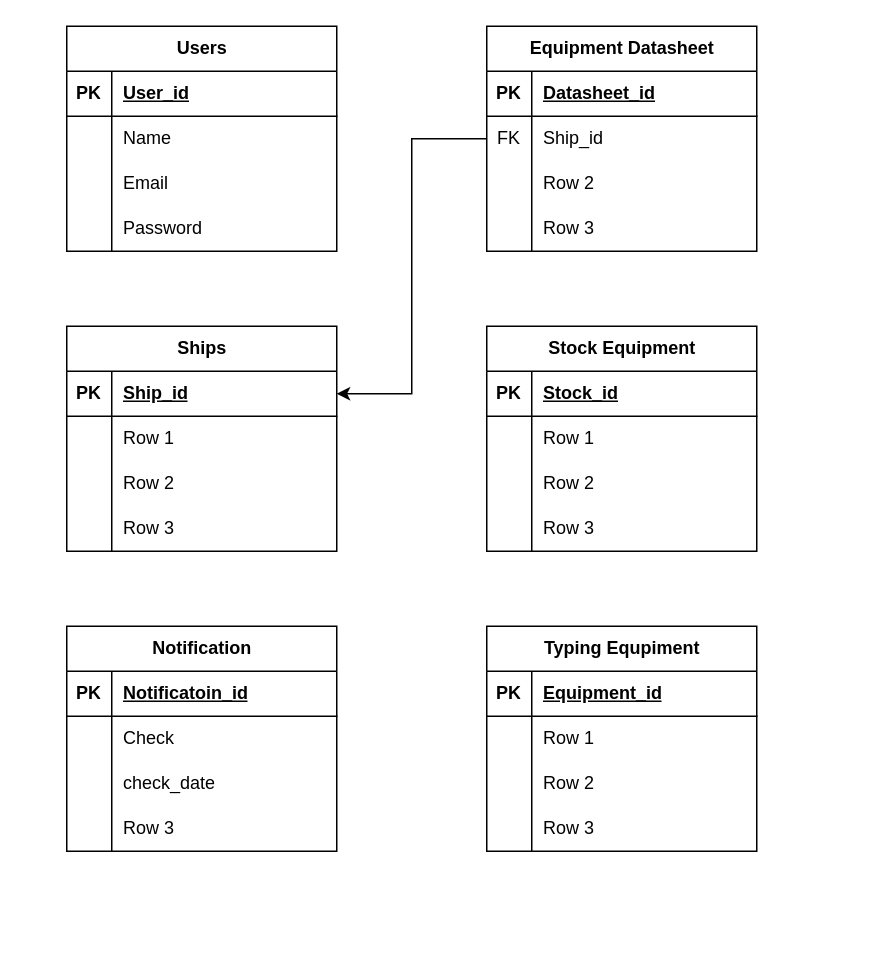
Earlier version of the draw.io diagram src/Assets/Untitled Diagram.drawio (BateraGames/ais-monitoring). Source tidied: cells renumbered, new cells numbered last; positions are measured from the earlier drawing's top-left corner, leaving out a move shared by most shapes. Both pictures are drawn from the tidied source at 150%, with x=0, y=0 at pixel (66, 26).
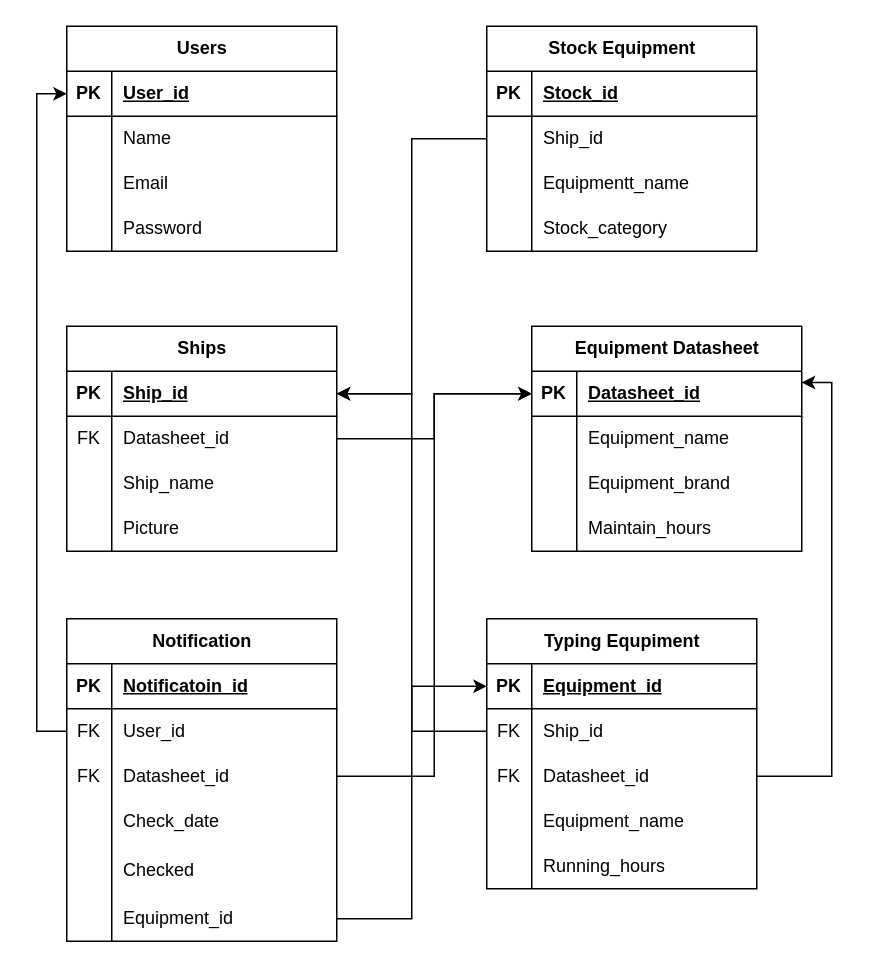
The same page after the edit.

The change refers to these unchanged cells:
```xml
<mxCell id="3" style="shape=tableRow;horizontal=0;startSize=0;swimlaneHead=0;swimlaneBody=0;fillColor=none;points=[[0,0.5],[1,0.5]];portConstraint=eastwest;top=0;left=0;right=0;bottom=1;" parent="2" vertex="1">
  <mxGeometry y="30" width="180" height="30" as="geometry" />
</mxCell>
<mxCell id="12" style="shape=tableRow;horizontal=0;startSize=0;swimlaneHead=0;swimlaneBody=0;fillColor=none;top=0;left=0;right=0;bottom=0;" parent="2" vertex="1">
  <mxGeometry y="120" width="180" height="30" as="geometry" />
</mxCell>
<mxCell id="16" style="shape=tableRow;horizontal=0;startSize=0;swimlaneHead=0;swimlaneBody=0;fillColor=none;points=[[0,0.5],[1,0.5]];portConstraint=eastwest;top=0;left=0;right=0;bottom=1;" parent="15" vertex="1">
  <mxGeometry y="30" width="180" height="30" as="geometry" />
</mxCell>
<mxCell id="28" value="Ships" style="shape=table;startSize=30;childLayout=tableLayout;rowLines=0;fontStyle=1;align=center;html=1;" parent="1" vertex="1">
  <mxGeometry y="200" width="180" height="150" as="geometry" />
</mxCell>
<mxCell id="29" style="shape=tableRow;horizontal=0;startSize=0;swimlaneHead=0;swimlaneBody=0;fillColor=none;points=[[0,0.5],[1,0.5]];portConstraint=eastwest;top=0;left=0;right=0;bottom=1;" parent="28" vertex="1">
  <mxGeometry y="30" width="180" height="30" as="geometry" />
</mxCell>
<mxCell id="38" style="shape=tableRow;horizontal=0;startSize=0;swimlaneHead=0;swimlaneBody=0;fillColor=none;top=0;left=0;right=0;bottom=0;" parent="28" vertex="1">
  <mxGeometry y="120" width="180" height="30" as="geometry" />
</mxCell>
<mxCell id="45" style="shape=tableRow;horizontal=0;startSize=0;swimlaneHead=0;swimlaneBody=0;fillColor=none;points=[[0,0.5],[1,0.5]];portConstraint=eastwest;top=0;left=0;right=0;bottom=0;" parent="41" vertex="1">
  <mxGeometry y="60" width="180" height="30" as="geometry" />
</mxCell>
<mxCell id="48" style="shape=tableRow;horizontal=0;startSize=0;swimlaneHead=0;swimlaneBody=0;fillColor=none;top=0;left=0;right=0;bottom=0;" parent="41" vertex="1">
  <mxGeometry y="90" width="180" height="30" as="geometry" />
</mxCell>
<mxCell id="51" style="shape=tableRow;horizontal=0;startSize=0;swimlaneHead=0;swimlaneBody=0;fillColor=none;top=0;left=0;right=0;bottom=0;" parent="41" vertex="1">
  <mxGeometry y="120" width="180" height="30" as="geometry" />
</mxCell>
<mxCell id="68" style="shape=tableRow;horizontal=0;startSize=0;swimlaneHead=0;swimlaneBody=0;fillColor=none;points=[[0,0.5],[1,0.5]];portConstraint=eastwest;top=0;left=0;right=0;bottom=1;" parent="67" vertex="1">
  <mxGeometry y="30" width="180" height="30" as="geometry" />
</mxCell>
```

The edit, as a diff of the source:
```diff
@@
     <mxCell id="2" value="Equipment Datasheet" style="shape=table;startSize=30;childLayout=tableLayout;rowLines=0;fontStyle=1;align=center;html=1;" parent="1" vertex="1">
-      <mxGeometry x="280" width="180" height="150" as="geometry" />
+      <mxGeometry x="310" y="200" width="180" height="150" as="geometry" />
     </mxCell>
@@
+    <mxCell id="9" style="shape=tableRow;horizontal=0;startSize=0;swimlaneHead=0;swimlaneBody=0;fillColor=none;top=0;left=0;right=0;bottom=0;" parent="2" vertex="1">
+      <mxGeometry y="60" width="180" height="30" as="geometry" />
+    </mxCell>
+    <mxCell id="10" style="shape=partialRectangle;fillColor=none;top=0;left=0;bottom=0;right=0;overflow=hidden;whiteSpace=wrap;html=1;" parent="9" vertex="1">
+      <mxGeometry width="30" height="30" as="geometry" />
+    </mxCell>
+    <mxCell id="11" value="Equipment_name" style="shape=partialRectangle;fillColor=none;top=0;left=0;bottom=0;right=0;align=left;spacingLeft=6;overflow=hidden;whiteSpace=wrap;html=1;" parent="9" vertex="1">
+      <mxGeometry x="30" width="150" height="30" as="geometry" />
+    </mxCell>
     <mxCell id="6" style="shape=tableRow;horizontal=0;startSize=0;swimlaneHead=0;swimlaneBody=0;fillColor=none;points=[[0,0.5],[1,0.5]];portConstraint=eastwest;top=0;left=0;right=0;bottom=0;" parent="2" vertex="1">
-      <mxGeometry y="60" width="180" height="30" as="geometry" />
+      <mxGeometry y="90" width="180" height="30" as="geometry" />
     </mxCell>
-    <mxCell id="7" value="FK" style="shape=partialRectangle;fillColor=none;top=0;left=0;bottom=0;right=0;overflow=hidden;whiteSpace=wrap;html=1;" parent="6" vertex="1">
+    <mxCell id="7" style="shape=partialRectangle;fillColor=none;top=0;left=0;bottom=0;right=0;overflow=hidden;whiteSpace=wrap;html=1;" parent="6" vertex="1">
       <mxGeometry width="30" height="30" as="geometry" />
     </mxCell>
-    <mxCell id="8" value="Ship_id" style="shape=partialRectangle;fillColor=none;top=0;left=0;bottom=0;right=0;align=left;spacingLeft=6;overflow=hidden;whiteSpace=wrap;html=1;" parent="6" vertex="1">
+    <mxCell id="8" value="Equipment_brand" style="shape=partialRectangle;fillColor=none;top=0;left=0;bottom=0;right=0;align=left;spacingLeft=6;overflow=hidden;whiteSpace=wrap;html=1;" parent="6" vertex="1">
       <mxGeometry x="30" width="150" height="30" as="geometry" />
     </mxCell>
-    <mxCell id="9" style="shape=tableRow;horizontal=0;startSize=0;swimlaneHead=0;swimlaneBody=0;fillColor=none;top=0;left=0;right=0;bottom=0;" parent="2" vertex="1">
-      <mxGeometry y="90" width="180" height="30" as="geometry" />
-    </mxCell>
-    <mxCell id="10" style="shape=partialRectangle;fillColor=none;top=0;left=0;bottom=0;right=0;overflow=hidden;whiteSpace=wrap;html=1;" parent="9" vertex="1">
-      <mxGeometry width="30" height="30" as="geometry" />
-    </mxCell>
-    <mxCell id="11" value="Row 2" style="shape=partialRectangle;fillColor=none;top=0;left=0;bottom=0;right=0;align=left;spacingLeft=6;overflow=hidden;whiteSpace=wrap;html=1;" parent="9" vertex="1">
-      <mxGeometry x="30" width="150" height="30" as="geometry" />
-    </mxCell>
@@
-    <mxCell id="14" value="Row 3" style="shape=partialRectangle;fillColor=none;top=0;left=0;bottom=0;right=0;align=left;spacingLeft=6;overflow=hidden;whiteSpace=wrap;html=1;" parent="12" vertex="1">
+    <mxCell id="14" value="Maintain_hours" style="shape=partialRectangle;fillColor=none;top=0;left=0;bottom=0;right=0;align=left;spacingLeft=6;overflow=hidden;whiteSpace=wrap;html=1;" parent="12" vertex="1">
       <mxGeometry x="30" width="150" height="30" as="geometry" />
     </mxCell>
@@
+    <mxCell id="35" style="shape=tableRow;horizontal=0;startSize=0;swimlaneHead=0;swimlaneBody=0;fillColor=none;points=[[0,0.5],[1,0.5]];portConstraint=eastwest;top=0;left=0;right=0;bottom=0;" parent="28" vertex="1">
+      <mxGeometry y="60" width="180" height="30" as="geometry" />
+    </mxCell>
+    <mxCell id="36" value="FK" style="shape=partialRectangle;fillColor=none;top=0;left=0;bottom=0;right=0;overflow=hidden;whiteSpace=wrap;html=1;" parent="35" vertex="1">
+      <mxGeometry width="30" height="30" as="geometry" />
+    </mxCell>
+    <mxCell id="37" value="Datasheet_id" style="shape=partialRectangle;fillColor=none;top=0;left=0;bottom=0;right=0;align=left;spacingLeft=6;overflow=hidden;whiteSpace=wrap;html=1;" parent="35" vertex="1">
+      <mxGeometry x="30" width="150" height="30" as="geometry" />
+    </mxCell>
     <mxCell id="32" style="shape=tableRow;horizontal=0;startSize=0;swimlaneHead=0;swimlaneBody=0;fillColor=none;top=0;left=0;right=0;bottom=0;" parent="28" vertex="1">
-      <mxGeometry y="60" width="180" height="30" as="geometry" />
+      <mxGeometry y="90" width="180" height="30" as="geometry" />
     </mxCell>
@@
-    <mxCell id="34" value="Row 1" style="shape=partialRectangle;fillColor=none;top=0;left=0;bottom=0;right=0;align=left;spacingLeft=6;overflow=hidden;whiteSpace=wrap;html=1;" parent="32" vertex="1">
+    <mxCell id="34" value="Ship_name" style="shape=partialRectangle;fillColor=none;top=0;left=0;bottom=0;right=0;align=left;spacingLeft=6;overflow=hidden;whiteSpace=wrap;html=1;" parent="32" vertex="1">
       <mxGeometry x="30" width="150" height="30" as="geometry" />
     </mxCell>
-    <mxCell id="35" style="shape=tableRow;horizontal=0;startSize=0;swimlaneHead=0;swimlaneBody=0;fillColor=none;points=[[0,0.5],[1,0.5]];portConstraint=eastwest;top=0;left=0;right=0;bottom=0;" parent="28" vertex="1">
-      <mxGeometry y="90" width="180" height="30" as="geometry" />
-    </mxCell>
-    <mxCell id="36" style="shape=partialRectangle;fillColor=none;top=0;left=0;bottom=0;right=0;overflow=hidden;whiteSpace=wrap;html=1;" parent="35" vertex="1">
-      <mxGeometry width="30" height="30" as="geometry" />
-    </mxCell>
-    <mxCell id="37" value="Row 2" style="shape=partialRectangle;fillColor=none;top=0;left=0;bottom=0;right=0;align=left;spacingLeft=6;overflow=hidden;whiteSpace=wrap;html=1;" parent="35" vertex="1">
-      <mxGeometry x="30" width="150" height="30" as="geometry" />
-    </mxCell>
@@
-    <mxCell id="40" value="Row 3" style="shape=partialRectangle;fillColor=none;top=0;left=0;bottom=0;right=0;align=left;spacingLeft=6;overflow=hidden;whiteSpace=wrap;html=1;" parent="38" vertex="1">
+    <mxCell id="40" value="Picture" style="shape=partialRectangle;fillColor=none;top=0;left=0;bottom=0;right=0;align=left;spacingLeft=6;overflow=hidden;whiteSpace=wrap;html=1;" parent="38" vertex="1">
       <mxGeometry x="30" width="150" height="30" as="geometry" />
     </mxCell>
     <mxCell id="41" value="Stock Equipment" style="shape=table;startSize=30;childLayout=tableLayout;rowLines=0;fontStyle=1;align=center;html=1;" parent="1" vertex="1">
-      <mxGeometry x="280" y="200" width="180" height="150" as="geometry" />
+      <mxGeometry x="280" width="180" height="150" as="geometry" />
     </mxCell>
@@
-    <mxCell id="47" value="Row 1" style="shape=partialRectangle;fillColor=none;top=0;left=0;bottom=0;right=0;align=left;spacingLeft=6;overflow=hidden;whiteSpace=wrap;html=1;" parent="45" vertex="1">
+    <mxCell id="47" value="Ship_id" style="shape=partialRectangle;fillColor=none;top=0;left=0;bottom=0;right=0;align=left;spacingLeft=6;overflow=hidden;whiteSpace=wrap;html=1;" parent="45" vertex="1">
       <mxGeometry x="30" width="150" height="30" as="geometry" />
     </mxCell>
@@
-    <mxCell id="50" value="Row 2" style="shape=partialRectangle;fillColor=none;top=0;left=0;bottom=0;right=0;align=left;spacingLeft=6;overflow=hidden;whiteSpace=wrap;html=1;" parent="48" vertex="1">
+    <mxCell id="50" value="Equipmentt_name" style="shape=partialRectangle;fillColor=none;top=0;left=0;bottom=0;right=0;align=left;spacingLeft=6;overflow=hidden;whiteSpace=wrap;html=1;" parent="48" vertex="1">
       <mxGeometry x="30" width="150" height="30" as="geometry" />
     </mxCell>
@@
-    <mxCell id="53" value="Row 3" style="shape=partialRectangle;fillColor=none;top=0;left=0;bottom=0;right=0;align=left;spacingLeft=6;overflow=hidden;whiteSpace=wrap;html=1;" parent="51" vertex="1">
+    <mxCell id="53" value="Stock_category" style="shape=partialRectangle;fillColor=none;top=0;left=0;bottom=0;right=0;align=left;spacingLeft=6;overflow=hidden;whiteSpace=wrap;html=1;" parent="51" vertex="1">
       <mxGeometry x="30" width="150" height="30" as="geometry" />
     </mxCell>
     <mxCell id="54" value="Notification" style="shape=table;startSize=30;childLayout=tableLayout;rowLines=0;fontStyle=1;align=center;html=1;" parent="1" vertex="1">
-      <mxGeometry y="400" width="180" height="150" as="geometry" />
+      <mxGeometry y="395" width="180" height="215" as="geometry" />
     </mxCell>
@@
+    <mxCell id="64" style="shape=tableRow;horizontal=0;startSize=0;swimlaneHead=0;swimlaneBody=0;fillColor=none;points=[[0,0.5],[1,0.5]];portConstraint=eastwest;top=0;left=0;right=0;bottom=0;" parent="54" vertex="1">
+      <mxGeometry y="60" width="180" height="30" as="geometry" />
+    </mxCell>
+    <mxCell id="65" value="FK" style="shape=partialRectangle;fillColor=none;top=0;left=0;bottom=0;right=0;overflow=hidden;whiteSpace=wrap;html=1;" parent="64" vertex="1">
+      <mxGeometry width="30" height="30" as="geometry" />
+    </mxCell>
+    <mxCell id="66" value="User_id" style="shape=partialRectangle;fillColor=none;top=0;left=0;bottom=0;right=0;align=left;spacingLeft=6;overflow=hidden;whiteSpace=wrap;html=1;" parent="64" vertex="1">
+      <mxGeometry x="30" width="150" height="30" as="geometry" />
+    </mxCell>
+    <mxCell id="81" style="shape=tableRow;horizontal=0;startSize=0;swimlaneHead=0;swimlaneBody=0;fillColor=none;points=[[0,0.5],[1,0.5]];portConstraint=eastwest;top=0;left=0;right=0;bottom=0;" parent="54" vertex="1">
+      <mxGeometry y="90" width="180" height="30" as="geometry" />
+    </mxCell>
+    <mxCell id="82" value="FK" style="shape=partialRectangle;fillColor=none;top=0;left=0;bottom=0;right=0;overflow=hidden;whiteSpace=wrap;html=1;" parent="81" vertex="1">
+      <mxGeometry width="30" height="30" as="geometry" />
+    </mxCell>
+    <mxCell id="83" value="Datasheet_id" style="shape=partialRectangle;fillColor=none;top=0;left=0;bottom=0;right=0;align=left;spacingLeft=6;overflow=hidden;whiteSpace=wrap;html=1;" parent="81" vertex="1">
+      <mxGeometry x="30" width="150" height="30" as="geometry" />
+    </mxCell>
+    <mxCell id="61" style="shape=tableRow;horizontal=0;startSize=0;swimlaneHead=0;swimlaneBody=0;fillColor=none;top=0;left=0;right=0;bottom=0;" parent="54" vertex="1">
+      <mxGeometry y="120" width="180" height="30" as="geometry" />
+    </mxCell>
+    <mxCell id="62" style="shape=partialRectangle;fillColor=none;top=0;left=0;bottom=0;right=0;overflow=hidden;whiteSpace=wrap;html=1;" parent="61" vertex="1">
+      <mxGeometry width="30" height="30" as="geometry" />
+    </mxCell>
+    <mxCell id="63" value="Check_date" style="shape=partialRectangle;fillColor=none;top=0;left=0;bottom=0;right=0;align=left;spacingLeft=6;overflow=hidden;whiteSpace=wrap;html=1;" parent="61" vertex="1">
+      <mxGeometry x="30" width="150" height="30" as="geometry" />
+    </mxCell>
     <mxCell id="58" style="shape=tableRow;horizontal=0;startSize=0;swimlaneHead=0;swimlaneBody=0;fillColor=none;top=0;left=0;right=0;bottom=0;" parent="54" vertex="1">
-      <mxGeometry y="60" width="180" height="30" as="geometry" />
+      <mxGeometry y="150" width="180" height="35" as="geometry" />
     </mxCell>
     <mxCell id="59" style="shape=partialRectangle;fillColor=none;top=0;left=0;bottom=0;right=0;overflow=hidden;whiteSpace=wrap;html=1;" parent="58" vertex="1">
-      <mxGeometry width="30" height="30" as="geometry" />
+      <mxGeometry width="30" height="35" as="geometry" />
     </mxCell>
-    <mxCell id="60" value="Check" style="shape=partialRectangle;fillColor=none;top=0;left=0;bottom=0;right=0;align=left;spacingLeft=6;overflow=hidden;whiteSpace=wrap;html=1;" parent="58" vertex="1">
-      <mxGeometry x="30" width="150" height="30" as="geometry" />
+    <mxCell id="60" value="Checked" style="shape=partialRectangle;fillColor=none;top=0;left=0;bottom=0;right=0;align=left;spacingLeft=6;overflow=hidden;whiteSpace=wrap;html=1;" parent="58" vertex="1">
+      <mxGeometry x="30" width="150" height="35" as="geometry" />
     </mxCell>
-    <mxCell id="61" style="shape=tableRow;horizontal=0;startSize=0;swimlaneHead=0;swimlaneBody=0;fillColor=none;top=0;left=0;right=0;bottom=0;" parent="54" vertex="1">
-      <mxGeometry y="90" width="180" height="30" as="geometry" />
-    </mxCell>
-    <mxCell id="62" style="shape=partialRectangle;fillColor=none;top=0;left=0;bottom=0;right=0;overflow=hidden;whiteSpace=wrap;html=1;" parent="61" vertex="1">
-      <mxGeometry width="30" height="30" as="geometry" />
-    </mxCell>
-    <mxCell id="63" value="check_date" style="shape=partialRectangle;fillColor=none;top=0;left=0;bottom=0;right=0;align=left;spacingLeft=6;overflow=hidden;whiteSpace=wrap;html=1;" parent="61" vertex="1">
-      <mxGeometry x="30" width="150" height="30" as="geometry" />
-    </mxCell>
-    <mxCell id="64" style="shape=tableRow;horizontal=0;startSize=0;swimlaneHead=0;swimlaneBody=0;fillColor=none;points=[[0,0.5],[1,0.5]];portConstraint=eastwest;top=0;left=0;right=0;bottom=0;" parent="54" vertex="1">
-      <mxGeometry y="120" width="180" height="30" as="geometry" />
-    </mxCell>
-    <mxCell id="65" style="shape=partialRectangle;fillColor=none;top=0;left=0;bottom=0;right=0;overflow=hidden;whiteSpace=wrap;html=1;" parent="64" vertex="1">
-      <mxGeometry width="30" height="30" as="geometry" />
-    </mxCell>
-    <mxCell id="66" value="Row 3" style="shape=partialRectangle;fillColor=none;top=0;left=0;bottom=0;right=0;align=left;spacingLeft=6;overflow=hidden;whiteSpace=wrap;html=1;" parent="64" vertex="1">
-      <mxGeometry x="30" width="150" height="30" as="geometry" />
-    </mxCell>
+    <mxCell id="84" style="shape=tableRow;horizontal=0;startSize=0;swimlaneHead=0;swimlaneBody=0;fillColor=none;points=[[0,0.5],[1,0.5]];portConstraint=eastwest;top=0;left=0;right=0;bottom=0;" parent="54" vertex="1">
+      <mxGeometry y="185" width="180" height="30" as="geometry" />
+    </mxCell>
+    <mxCell id="85" style="shape=partialRectangle;fillColor=none;top=0;left=0;bottom=0;right=0;overflow=hidden;whiteSpace=wrap;html=1;" parent="84" vertex="1">
+      <mxGeometry width="30" height="30" as="geometry" />
+    </mxCell>
+    <mxCell id="86" value="Equipment_id" style="shape=partialRectangle;fillColor=none;top=0;left=0;bottom=0;right=0;align=left;spacingLeft=6;overflow=hidden;whiteSpace=wrap;html=1;" parent="84" vertex="1">
+      <mxGeometry x="30" width="150" height="30" as="geometry" />
+    </mxCell>
     <mxCell id="67" value="Typing Equpiment" style="shape=table;startSize=30;childLayout=tableLayout;rowLines=0;fontStyle=1;align=center;html=1;" parent="1" vertex="1">
-      <mxGeometry x="280" y="400" width="180" height="150" as="geometry" />
+      <mxGeometry x="280" y="395" width="180" height="180" as="geometry" />
     </mxCell>
@@
+    <mxCell id="77" style="shape=tableRow;horizontal=0;startSize=0;swimlaneHead=0;swimlaneBody=0;fillColor=none;points=[[0,0.5],[1,0.5]];portConstraint=eastwest;top=0;left=0;right=0;bottom=0;" parent="67" vertex="1">
+      <mxGeometry y="60" width="180" height="30" as="geometry" />
+    </mxCell>
+    <mxCell id="78" value="FK" style="shape=partialRectangle;fillColor=none;top=0;left=0;bottom=0;right=0;overflow=hidden;whiteSpace=wrap;html=1;" parent="77" vertex="1">
+      <mxGeometry width="30" height="30" as="geometry" />
+    </mxCell>
+    <mxCell id="79" value="Ship_id" style="shape=partialRectangle;fillColor=none;top=0;left=0;bottom=0;right=0;align=left;spacingLeft=6;overflow=hidden;whiteSpace=wrap;html=1;" parent="77" vertex="1">
+      <mxGeometry x="30" width="150" height="30" as="geometry" />
+    </mxCell>
+    <mxCell id="87" style="shape=tableRow;horizontal=0;startSize=0;swimlaneHead=0;swimlaneBody=0;fillColor=none;points=[[0,0.5],[1,0.5]];portConstraint=eastwest;top=0;left=0;right=0;bottom=0;" parent="67" vertex="1">
+      <mxGeometry y="90" width="180" height="30" as="geometry" />
+    </mxCell>
+    <mxCell id="88" value="FK" style="shape=partialRectangle;fillColor=none;top=0;left=0;bottom=0;right=0;overflow=hidden;whiteSpace=wrap;html=1;" parent="87" vertex="1">
+      <mxGeometry width="30" height="30" as="geometry" />
+    </mxCell>
+    <mxCell id="89" value="Datasheet_id" style="shape=partialRectangle;fillColor=none;top=0;left=0;bottom=0;right=0;align=left;spacingLeft=6;overflow=hidden;whiteSpace=wrap;html=1;" parent="87" vertex="1">
+      <mxGeometry x="30" width="150" height="30" as="geometry" />
+    </mxCell>
+    <mxCell id="74" style="shape=tableRow;horizontal=0;startSize=0;swimlaneHead=0;swimlaneBody=0;fillColor=none;top=0;left=0;right=0;bottom=0;" parent="67" vertex="1">
+      <mxGeometry y="120" width="180" height="30" as="geometry" />
+    </mxCell>
+    <mxCell id="75" style="shape=partialRectangle;fillColor=none;top=0;left=0;bottom=0;right=0;overflow=hidden;whiteSpace=wrap;html=1;" parent="74" vertex="1">
+      <mxGeometry width="30" height="30" as="geometry" />
+    </mxCell>
+    <mxCell id="76" value="Equipment_name" style="shape=partialRectangle;fillColor=none;top=0;left=0;bottom=0;right=0;align=left;spacingLeft=6;overflow=hidden;whiteSpace=wrap;html=1;" parent="74" vertex="1">
+      <mxGeometry x="30" width="150" height="30" as="geometry" />
+    </mxCell>
     <mxCell id="71" style="shape=tableRow;horizontal=0;startSize=0;swimlaneHead=0;swimlaneBody=0;fillColor=none;top=0;left=0;right=0;bottom=0;" parent="67" vertex="1">
-      <mxGeometry y="60" width="180" height="30" as="geometry" />
+      <mxGeometry y="150" width="180" height="30" as="geometry" />
     </mxCell>
@@
-    <mxCell id="73" value="Row 1" style="shape=partialRectangle;fillColor=none;top=0;left=0;bottom=0;right=0;align=left;spacingLeft=6;overflow=hidden;whiteSpace=wrap;html=1;" parent="71" vertex="1">
+    <mxCell id="73" value="Running_hours" style="shape=partialRectangle;fillColor=none;top=0;left=0;bottom=0;right=0;align=left;spacingLeft=6;overflow=hidden;whiteSpace=wrap;html=1;" parent="71" vertex="1">
       <mxGeometry x="30" width="150" height="30" as="geometry" />
     </mxCell>
-    <mxCell id="74" style="shape=tableRow;horizontal=0;startSize=0;swimlaneHead=0;swimlaneBody=0;fillColor=none;top=0;left=0;right=0;bottom=0;" parent="67" vertex="1">
-      <mxGeometry y="90" width="180" height="30" as="geometry" />
-    </mxCell>
-    <mxCell id="75" style="shape=partialRectangle;fillColor=none;top=0;left=0;bottom=0;right=0;overflow=hidden;whiteSpace=wrap;html=1;" parent="74" vertex="1">
-      <mxGeometry width="30" height="30" as="geometry" />
-    </mxCell>
-    <mxCell id="76" value="Row 2" style="shape=partialRectangle;fillColor=none;top=0;left=0;bottom=0;right=0;align=left;spacingLeft=6;overflow=hidden;whiteSpace=wrap;html=1;" parent="74" vertex="1">
-      <mxGeometry x="30" width="150" height="30" as="geometry" />
-    </mxCell>
-    <mxCell id="77" style="shape=tableRow;horizontal=0;startSize=0;swimlaneHead=0;swimlaneBody=0;fillColor=none;points=[[0,0.5],[1,0.5]];portConstraint=eastwest;top=0;left=0;right=0;bottom=0;" parent="67" vertex="1">
-      <mxGeometry y="120" width="180" height="30" as="geometry" />
-    </mxCell>
-    <mxCell id="78" style="shape=partialRectangle;fillColor=none;top=0;left=0;bottom=0;right=0;overflow=hidden;whiteSpace=wrap;html=1;" parent="77" vertex="1">
-      <mxGeometry width="30" height="30" as="geometry" />
-    </mxCell>
-    <mxCell id="79" value="Row 3" style="shape=partialRectangle;fillColor=none;top=0;left=0;bottom=0;right=0;align=left;spacingLeft=6;overflow=hidden;whiteSpace=wrap;html=1;" parent="77" vertex="1">
-      <mxGeometry x="30" width="150" height="30" as="geometry" />
-    </mxCell>
-    <mxCell id="80" style="edgeStyle=orthogonalEdgeStyle;rounded=0;jettySize=auto;html=1;entryX=1;entryY=0.5;entryDx=0;entryDy=0;" parent="1" edge="1" source="6" target="29">
-      <mxGeometry relative="1" as="geometry" />
-    </mxCell>
+    <mxCell id="90" style="edgeStyle=orthogonalEdgeStyle;rounded=0;jettySize=auto;html=1;entryX=1;entryY=0.5;entryDx=0;entryDy=0;" parent="1" edge="1" source="45" target="29">
+      <mxGeometry relative="1" as="geometry" />
+    </mxCell>
+    <mxCell id="91" style="edgeStyle=orthogonalEdgeStyle;rounded=0;jettySize=auto;html=1;entryX=0;entryY=0.5;entryDx=0;entryDy=0;" parent="1" edge="1" source="64" target="16">
+      <mxGeometry relative="1" as="geometry" />
+    </mxCell>
+    <mxCell id="92" style="edgeStyle=orthogonalEdgeStyle;rounded=0;jettySize=auto;html=1;entryX=0;entryY=0.5;entryDx=0;entryDy=0;" parent="1" edge="1" source="84" target="68">
+      <mxGeometry relative="1" as="geometry" />
+    </mxCell>
+    <mxCell id="93" style="edgeStyle=orthogonalEdgeStyle;rounded=0;jettySize=auto;html=1;entryX=1;entryY=0.5;entryDx=0;entryDy=0;" parent="1" edge="1" source="77" target="29">
+      <mxGeometry relative="1" as="geometry" />
+    </mxCell>
+    <mxCell id="94" style="edgeStyle=orthogonalEdgeStyle;rounded=0;jettySize=auto;html=1;entryX=0;entryY=0.5;entryDx=0;entryDy=0;" parent="1" edge="1" source="35" target="3">
+      <mxGeometry relative="1" as="geometry" />
+    </mxCell>
+    <mxCell id="95" style="edgeStyle=orthogonalEdgeStyle;rounded=0;jettySize=auto;html=1;entryX=1;entryY=0.25;entryDx=0;entryDy=0;" parent="1" edge="1" source="87" target="2">
+      <mxGeometry relative="1" as="geometry" />
+    </mxCell>
+    <mxCell id="96" style="edgeStyle=orthogonalEdgeStyle;rounded=0;jettySize=auto;html=1;entryX=0;entryY=0.5;entryDx=0;entryDy=0;" parent="1" edge="1" source="81" target="3">
+      <mxGeometry relative="1" as="geometry" />
+    </mxCell>
```
